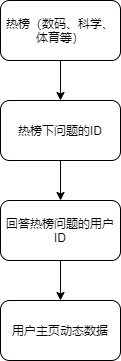
The draw.io diagram Untitled Diagram.png in xingxingxu97/-, before a commit. Source tidied: cells renumbered, new cells last; positions are measured from the earlier drawing's top-left corner, leaving out a move shared by most shapes.
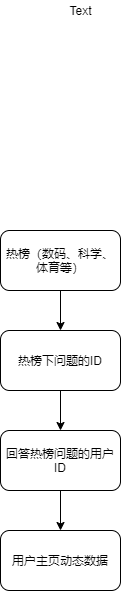
Above is the later version.

Diff of the diagram source:
```diff
@@ -23,5 +23,8 @@
     <mxCell id="8" value="用户主页动态数据" style="rounded=1;whiteSpace=wrap;html=1;" parent="1" vertex="1">
       <mxGeometry y="300" width="120" height="60" as="geometry" />
     </mxCell>
+    <mxCell id="9" value="Text" style="text;html=1;align=center;verticalAlign=middle;" parent="1" vertex="1">
+      <mxGeometry x="60" y="-230" width="40" height="20" as="geometry" />
+    </mxCell>
   </root>
 </mxGraphModel>
```
